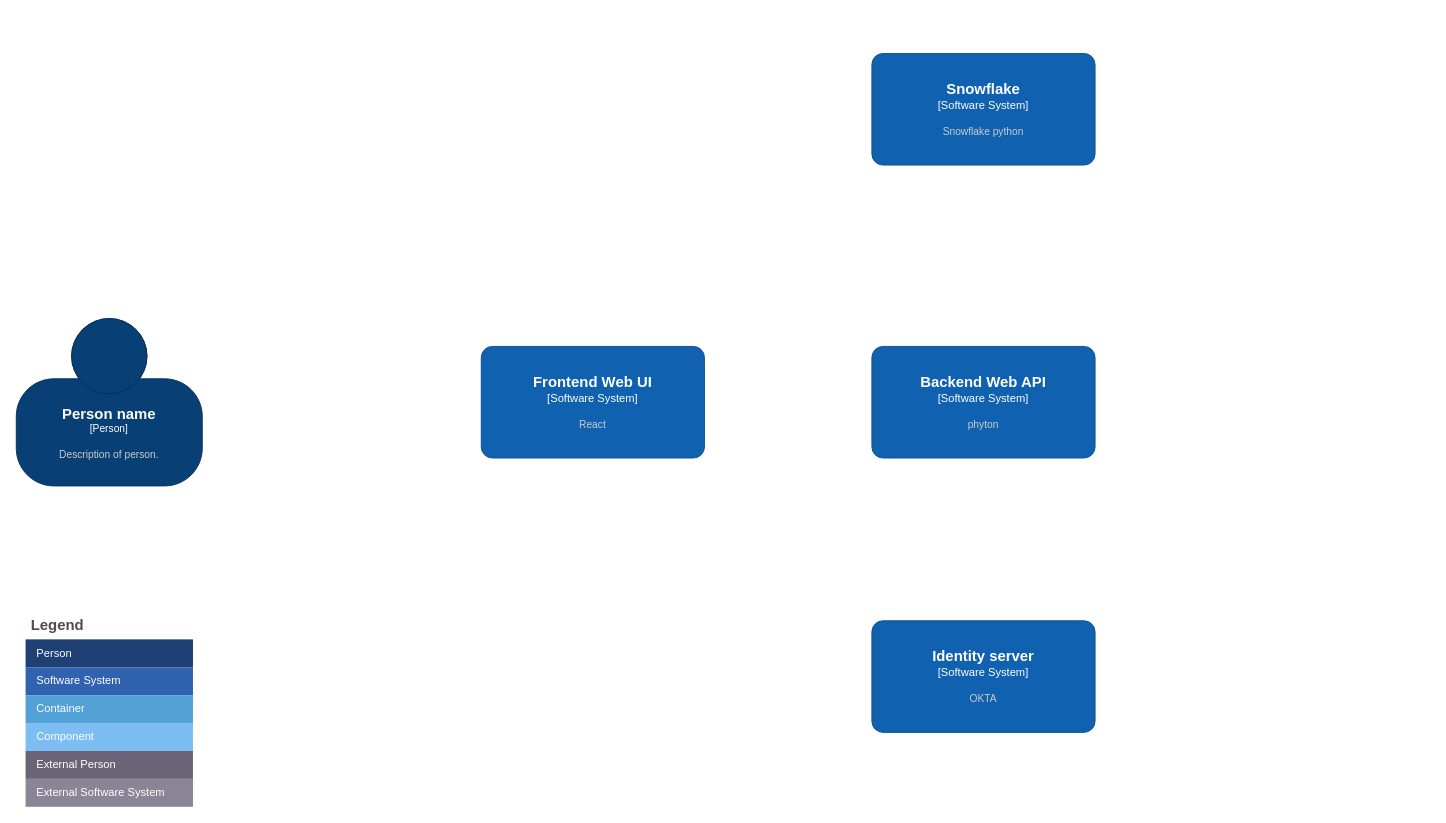
Before: page "CDS Context" (1 of 5) of Untitled Diagram.drawio in namesecured-a/aws, a draw.io diagram. Source tidied: cells renumbered, new cells numbered last; positions are measured from the earlier drawing's top-left corner, leaving out a move shared by most shapes. Both pictures are drawn from the tidied source at 93%, with x=0, y=0 at pixel (16, 53).
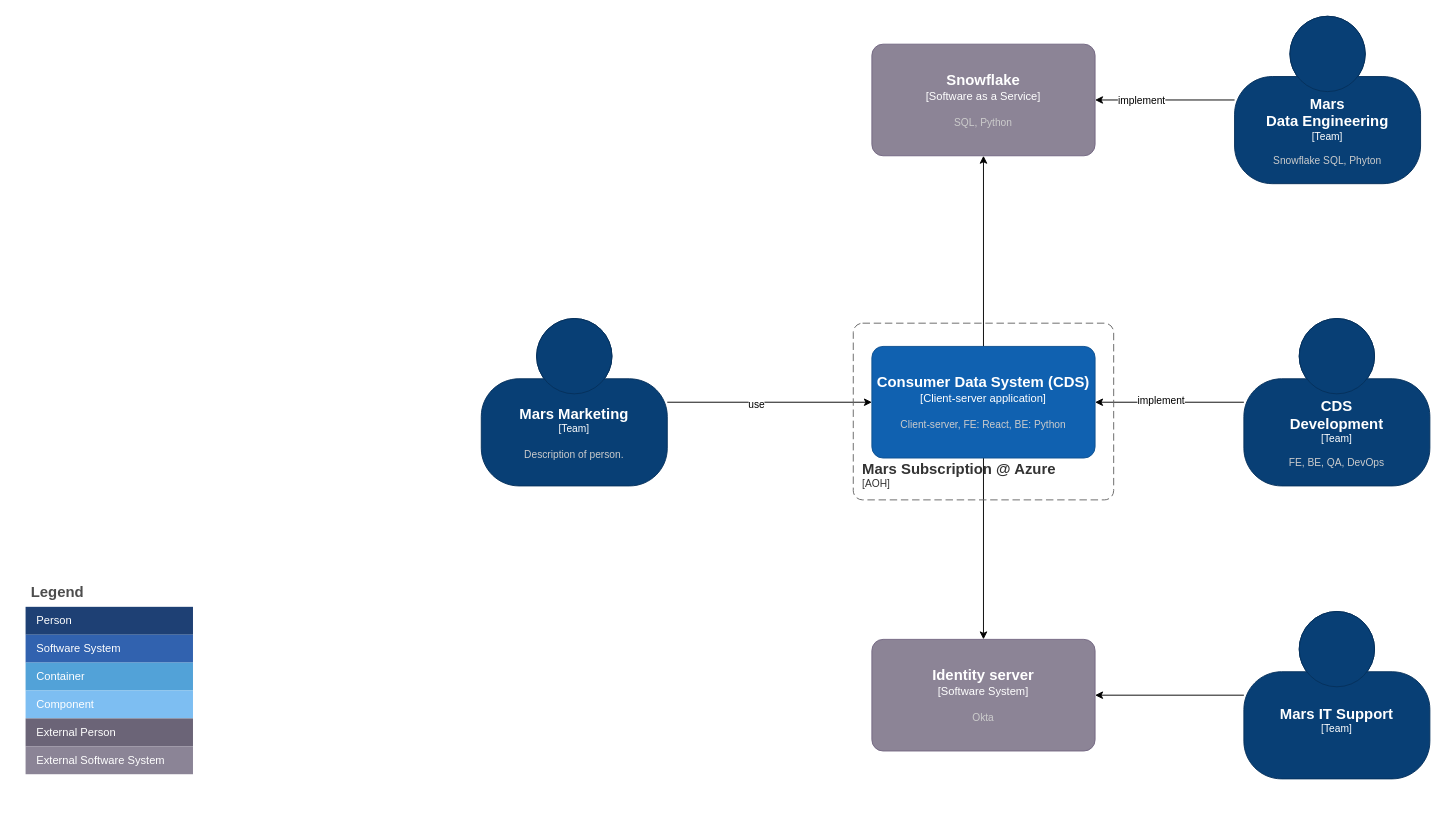
After the change.

Diff of the diagram source:
```diff
@@
     <mxCell id="2" value="Legend" style="shape=table;startSize=30;childLayout=tableLayout;fontSize=16;align=left;verticalAlign=top;fillColor=none;strokeColor=none;fontColor=#4D4D4D;fontStyle=1;spacingLeft=6;spacing=0;" parent="1" vertex="1">
-      <mxGeometry x="10" y="600" width="180" height="210" as="geometry" />
+      <mxGeometry x="10" y="565" width="180" height="210" as="geometry" />
     </mxCell>
@@
-    <object id="15" label="&lt;font style=&quot;font-size: 16px&quot;&gt;&lt;b&gt;%c4Name%&lt;/b&gt;&lt;/font&gt;&lt;div&gt;[%c4Type%]&lt;/div&gt;&lt;br&gt;&lt;div&gt;&lt;font style=&quot;font-size: 11px&quot;&gt;&lt;font color=&quot;#cccccc&quot;&gt;%c4Description%&lt;/font&gt;&lt;/div&gt;" c4Description="Description of person." c4Name="Person name" c4Type="Person" placeholders="1">
+    <object id="15" label="&lt;font style=&quot;font-size: 16px&quot;&gt;&lt;b&gt;%c4Name%&lt;/b&gt;&lt;/font&gt;&lt;div&gt;[%c4Type%]&lt;/div&gt;&lt;br&gt;&lt;div&gt;&lt;font style=&quot;font-size: 11px&quot;&gt;&lt;font color=&quot;#cccccc&quot;&gt;%c4Description%&lt;/font&gt;&lt;/div&gt;" c4Description="Description of person." c4Name="Mars Marketing" c4Type="Team" placeholders="1">
       <mxCell style="html=1;fontSize=11;dashed=0;whiteSpace=wrap;fillColor=#083F75;strokeColor=#06315C;fontColor=#ffffff;shape=mxgraph.c4.person2;align=center;points=[[0.5,0,0],[1,0.5,0],[1,0.75,0],[0.75,1,0],[0.5,1,0],[0.25,1,0],[0,0.75,0],[0,0.5,0]];" parent="1" vertex="1">
-        <mxGeometry y="285" width="200" height="180" as="geometry" />
+        <mxGeometry x="500" y="285" width="200" height="180" as="geometry" />
       </mxCell>
     </object>
-    <object id="16" label="&lt;font style=&quot;font-size: 16px&quot;&gt;&lt;b&gt;%c4Name%&lt;/b&gt;&lt;/font&gt;&lt;div&gt;[%c4Type%]&lt;/div&gt;&lt;br&gt;&lt;div&gt;&lt;font style=&quot;font-size: 11px&quot;&gt;&lt;font color=&quot;#cccccc&quot;&gt;%c4Description%&lt;/font&gt;&lt;/div&gt;" c4Description="React" c4Name="Frontend Web UI" c4Type="Software System" placeholders="1">
-      <mxCell style="rounded=1;whiteSpace=wrap;html=1;labelBackgroundColor=none;fillColor=#1061B0;fontColor=#ffffff;align=center;arcSize=10;strokeColor=#0D5091;" parent="1" vertex="1">
-        <mxGeometry x="500" y="315" width="240" height="120" as="geometry" />
-      </mxCell>
-    </object>
+    <mxCell id="20" style="edgeStyle=orthogonalEdgeStyle;rounded=0;jettySize=auto;html=1;entryX=0;entryY=0.5;entryDx=0;entryDy=0;entryPerimeter=0;" parent="1" edge="1" source="15" target="17">
+      <mxGeometry relative="1" as="geometry" />
+    </mxCell>
+    <mxCell id="21" value="use" style="edgeLabel;html=1;align=center;verticalAlign=middle;" parent="20" vertex="1">
+      <mxGeometry x="-0.14" y="-2" relative="1" as="geometry" />
+    </mxCell>
+    <mxCell id="22" style="edgeStyle=orthogonalEdgeStyle;rounded=0;jettySize=auto;html=1;entryX=0.5;entryY=0;entryDx=0;entryDy=0;entryPerimeter=0;" parent="1" edge="1" source="17" target="31">
+      <mxGeometry relative="1" as="geometry" />
+    </mxCell>
+    <mxCell id="23" style="edgeStyle=orthogonalEdgeStyle;rounded=0;jettySize=auto;html=1;entryX=0.5;entryY=1;entryDx=0;entryDy=0;entryPerimeter=0;" parent="1" edge="1" source="17" target="30">
+      <mxGeometry relative="1" as="geometry" />
+    </mxCell>
+    <object id="24" label="&lt;font style=&quot;font-size: 16px&quot;&gt;&lt;b&gt;%c4Name%&lt;/b&gt;&lt;/font&gt;&lt;div&gt;[%c4Type%]&lt;/div&gt;&lt;br&gt;&lt;div&gt;&lt;font style=&quot;font-size: 11px&quot;&gt;&lt;font color=&quot;#cccccc&quot;&gt;%c4Description%&lt;/font&gt;&lt;/div&gt;" c4Description="Snowflake SQL, Phyton" c4Name="Mars&#10;Data Engineering" c4Type="Team" placeholders="1">
+      <mxCell style="html=1;fontSize=11;dashed=0;whiteSpace=wrap;fillColor=#083F75;strokeColor=#06315C;fontColor=#ffffff;shape=mxgraph.c4.person2;align=center;points=[[0.5,0,0],[1,0.5,0],[1,0.75,0],[0.75,1,0],[0.5,1,0],[0.25,1,0],[0,0.75,0],[0,0.5,0]];" parent="1" vertex="1">
+        <mxGeometry x="1310" y="-40" width="200" height="180" as="geometry" />
+      </mxCell>
+    </object>
+    <object id="25" label="&lt;font style=&quot;font-size: 16px&quot;&gt;&lt;b&gt;%c4Name%&lt;/b&gt;&lt;/font&gt;&lt;div&gt;[%c4Type%]&lt;/div&gt;&lt;br&gt;&lt;div&gt;&lt;font style=&quot;font-size: 11px&quot;&gt;&lt;font color=&quot;#cccccc&quot;&gt;%c4Description%&lt;/font&gt;&lt;/div&gt;" c4Description="FE, BE, QA, DevOps" c4Name="CDS &#10;Development" c4Type="Team" placeholders="1">
+      <mxCell style="html=1;fontSize=11;dashed=0;whiteSpace=wrap;fillColor=#083F75;strokeColor=#06315C;fontColor=#ffffff;shape=mxgraph.c4.person2;align=center;points=[[0.5,0,0],[1,0.5,0],[1,0.75,0],[0.75,1,0],[0.5,1,0],[0.25,1,0],[0,0.75,0],[0,0.5,0]];" parent="1" vertex="1">
+        <mxGeometry x="1320" y="285" width="200" height="180" as="geometry" />
+      </mxCell>
+    </object>
+    <mxCell id="26" style="edgeStyle=orthogonalEdgeStyle;rounded=0;jettySize=auto;html=1;" parent="1" edge="1" source="25" target="17">
+      <mxGeometry relative="1" as="geometry" />
+    </mxCell>
+    <mxCell id="27" value="implement" style="edgeLabel;html=1;align=center;verticalAlign=middle;" parent="26" vertex="1">
+      <mxGeometry x="0.13" y="-3" relative="1" as="geometry" />
+    </mxCell>
+    <mxCell id="28" style="edgeStyle=orthogonalEdgeStyle;rounded=0;jettySize=auto;html=1;entryX=1;entryY=0.5;entryDx=0;entryDy=0;entryPerimeter=0;" parent="1" edge="1" source="24" target="30">
+      <mxGeometry relative="1" as="geometry" />
+    </mxCell>
+    <mxCell id="29" value="implement" style="edgeLabel;html=1;align=center;verticalAlign=middle;" parent="28" vertex="1">
+      <mxGeometry x="0.34" relative="1" as="geometry" />
+    </mxCell>
+    <object id="30" label="&lt;font style=&quot;font-size: 16px&quot;&gt;&lt;b&gt;%c4Name%&lt;/b&gt;&lt;/font&gt;&lt;div&gt;[%c4Type%]&lt;/div&gt;&lt;br&gt;&lt;div&gt;&lt;font style=&quot;font-size: 11px&quot;&gt;&lt;font color=&quot;#cccccc&quot;&gt;%c4Description%&lt;/font&gt;&lt;/div&gt;" c4Description="SQL, Python" c4Name="Snowflake" c4Type="Software as a Service" placeholders="1">
+      <mxCell style="rounded=1;whiteSpace=wrap;html=1;labelBackgroundColor=none;fillColor=#8C8496;fontColor=#ffffff;align=center;arcSize=10;strokeColor=#736782;points=[[0.25,0,0],[0.5,0,0],[0.75,0,0],[1,0.25,0],[1,0.5,0],[1,0.75,0],[0.75,1,0],[0.5,1,0],[0.25,1,0],[0,0.75,0],[0,0.5,0],[0,0.25,0]];" parent="1" vertex="1">
+        <mxGeometry x="920" y="-10" width="240" height="120" as="geometry" />
+      </mxCell>
+    </object>
+    <object id="31" label="&lt;font style=&quot;font-size: 16px&quot;&gt;&lt;b&gt;%c4Name%&lt;/b&gt;&lt;/font&gt;&lt;div&gt;[%c4Type%]&lt;/div&gt;&lt;br&gt;&lt;div&gt;&lt;font style=&quot;font-size: 11px&quot;&gt;&lt;font color=&quot;#cccccc&quot;&gt;%c4Description%&lt;/font&gt;&lt;/div&gt;" c4Description="Okta" c4Name="Identity server" c4Type="Software System" placeholders="1">
+      <mxCell style="rounded=1;whiteSpace=wrap;html=1;labelBackgroundColor=none;fillColor=#8C8496;fontColor=#ffffff;align=center;arcSize=10;strokeColor=#736782;points=[[0.25,0,0],[0.5,0,0],[0.75,0,0],[1,0.25,0],[1,0.5,0],[1,0.75,0],[0.75,1,0],[0.5,1,0],[0.25,1,0],[0,0.75,0],[0,0.5,0],[0,0.25,0]];" parent="1" vertex="1">
+        <mxGeometry x="920" y="630" width="240" height="120" as="geometry" />
+      </mxCell>
+    </object>
+    <mxCell id="32" style="group;" parent="1" vertex="1">
+      <mxGeometry x="900" y="290" width="280" height="190" as="geometry" />
+    </mxCell>
-    <object id="17" label="&lt;font style=&quot;font-size: 16px&quot;&gt;&lt;b&gt;%c4Name%&lt;/b&gt;&lt;/font&gt;&lt;div&gt;[%c4Type%]&lt;/div&gt;&lt;br&gt;&lt;div&gt;&lt;font style=&quot;font-size: 11px&quot;&gt;&lt;font color=&quot;#cccccc&quot;&gt;%c4Description%&lt;/font&gt;&lt;/div&gt;" c4Description="phyton" c4Name="Backend Web API" c4Type="Software System" placeholders="1">
-      <mxCell style="rounded=1;whiteSpace=wrap;html=1;labelBackgroundColor=none;fillColor=#1061B0;fontColor=#ffffff;align=center;arcSize=10;strokeColor=#0D5091;points=[[0.25,0,0],[0.5,0,0],[0.75,0,0],[1,0.25,0],[1,0.5,0],[1,0.75,0],[0.75,1,0],[0.5,1,0],[0.25,1,0],[0,0.75,0],[0,0.5,0],[0,0.25,0]];" parent="1" vertex="1">
-        <mxGeometry x="920" y="315" width="240" height="120" as="geometry" />
+    <object id="17" label="&lt;font style=&quot;font-size: 16px&quot;&gt;&lt;b&gt;%c4Name%&lt;/b&gt;&lt;/font&gt;&lt;div&gt;[%c4Type%]&lt;/div&gt;&lt;br&gt;&lt;div&gt;&lt;font style=&quot;font-size: 11px&quot;&gt;&lt;font color=&quot;#cccccc&quot;&gt;%c4Description%&lt;/font&gt;&lt;/div&gt;" c4Description="Client-server, FE: React, BE: Python" c4Name="Consumer Data System (CDS)" c4Type="Client-server application" placeholders="1">
+      <mxCell style="rounded=1;whiteSpace=wrap;html=1;labelBackgroundColor=none;fillColor=#1061B0;fontColor=#ffffff;align=center;arcSize=10;strokeColor=#0D5091;points=[[0.25,0,0],[0.5,0,0],[0.75,0,0],[1,0.25,0],[1,0.5,0],[1,0.75,0],[0.75,1,0],[0.5,1,0],[0.25,1,0],[0,0.75,0],[0,0.5,0],[0,0.25,0]];" parent="32" vertex="1">
+        <mxGeometry x="20" y="25" width="240" height="120" as="geometry" />
       </mxCell>
     </object>
-    <object id="18" label="&lt;font style=&quot;font-size: 16px&quot;&gt;&lt;b&gt;%c4Name%&lt;/b&gt;&lt;/font&gt;&lt;div&gt;[%c4Type%]&lt;/div&gt;&lt;br&gt;&lt;div&gt;&lt;font style=&quot;font-size: 11px&quot;&gt;&lt;font color=&quot;#cccccc&quot;&gt;%c4Description%&lt;/font&gt;&lt;/div&gt;" c4Description="Snowflake python" c4Name="Snowflake" c4Type="Software System" placeholders="1">
-      <mxCell style="rounded=1;whiteSpace=wrap;html=1;labelBackgroundColor=none;fillColor=#1061B0;fontColor=#ffffff;align=center;arcSize=10;strokeColor=#0D5091;" parent="1" vertex="1">
-        <mxGeometry x="920" width="240" height="120" as="geometry" />
-      </mxCell>
-    </object>
-    <object id="19" label="&lt;font style=&quot;font-size: 16px&quot;&gt;&lt;b&gt;%c4Name%&lt;/b&gt;&lt;/font&gt;&lt;div&gt;[%c4Type%]&lt;/div&gt;&lt;br&gt;&lt;div&gt;&lt;font style=&quot;font-size: 11px&quot;&gt;&lt;font color=&quot;#cccccc&quot;&gt;%c4Description%&lt;/font&gt;&lt;/div&gt;" c4Description="OKTA" c4Name="Identity server" c4Type="Software System" placeholders="1">
-      <mxCell style="rounded=1;whiteSpace=wrap;html=1;labelBackgroundColor=none;fillColor=#1061B0;fontColor=#ffffff;align=center;arcSize=10;strokeColor=#0D5091;" parent="1" vertex="1">
-        <mxGeometry x="920" y="610" width="240" height="120" as="geometry" />
-      </mxCell>
-    </object>
+    <object id="33" label="&lt;font style=&quot;font-size: 16px&quot;&gt;&lt;b&gt;&lt;div style=&quot;text-align: left&quot;&gt;%c4Name%&lt;/div&gt;&lt;/b&gt;&lt;/font&gt;&lt;div style=&quot;text-align: left&quot;&gt;[%c4Application%]&lt;/div&gt;" c4Application="AOH" c4Name="Mars Subscription @ Azure" placeholders="1">
+      <mxCell style="rounded=1;fontSize=11;whiteSpace=wrap;html=1;dashed=1;arcSize=20;fillColor=none;strokeColor=#666666;fontColor=#333333;labelBackgroundColor=none;align=left;verticalAlign=bottom;labelBorderColor=none;spacingTop=0;spacing=10;dashPattern=8 4;perimeter=rectanglePerimeter;noLabel=0;labelPadding=0;absoluteArcSize=1;" parent="32" vertex="1">
+        <mxGeometry width="280" height="190" as="geometry" />
+      </mxCell>
+    </object>
+    <mxCell id="34" style="edgeStyle=orthogonalEdgeStyle;rounded=0;jettySize=auto;html=1;" parent="1" edge="1" source="35" target="31">
+      <mxGeometry relative="1" as="geometry" />
+    </mxCell>
+    <object id="35" label="&lt;font style=&quot;font-size: 16px&quot;&gt;&lt;b&gt;%c4Name%&lt;/b&gt;&lt;/font&gt;&lt;div&gt;[%c4Type%]&lt;/div&gt;&lt;br&gt;&lt;div&gt;&lt;font style=&quot;font-size: 11px&quot;&gt;&lt;font color=&quot;#cccccc&quot;&gt;%c4Description%&lt;/font&gt;&lt;/div&gt;" c4Description="" c4Name="Mars IT Support" c4Type="Team" placeholders="1">
+      <mxCell style="html=1;fontSize=11;dashed=0;whiteSpace=wrap;fillColor=#083F75;strokeColor=#06315C;fontColor=#ffffff;shape=mxgraph.c4.person2;align=center;points=[[0.5,0,0],[1,0.5,0],[1,0.75,0],[0.75,1,0],[0.5,1,0],[0.25,1,0],[0,0.75,0],[0,0.5,0]];" parent="1" vertex="1">
+        <mxGeometry x="1320" y="600" width="200" height="180" as="geometry" />
+      </mxCell>
+    </object>
```
